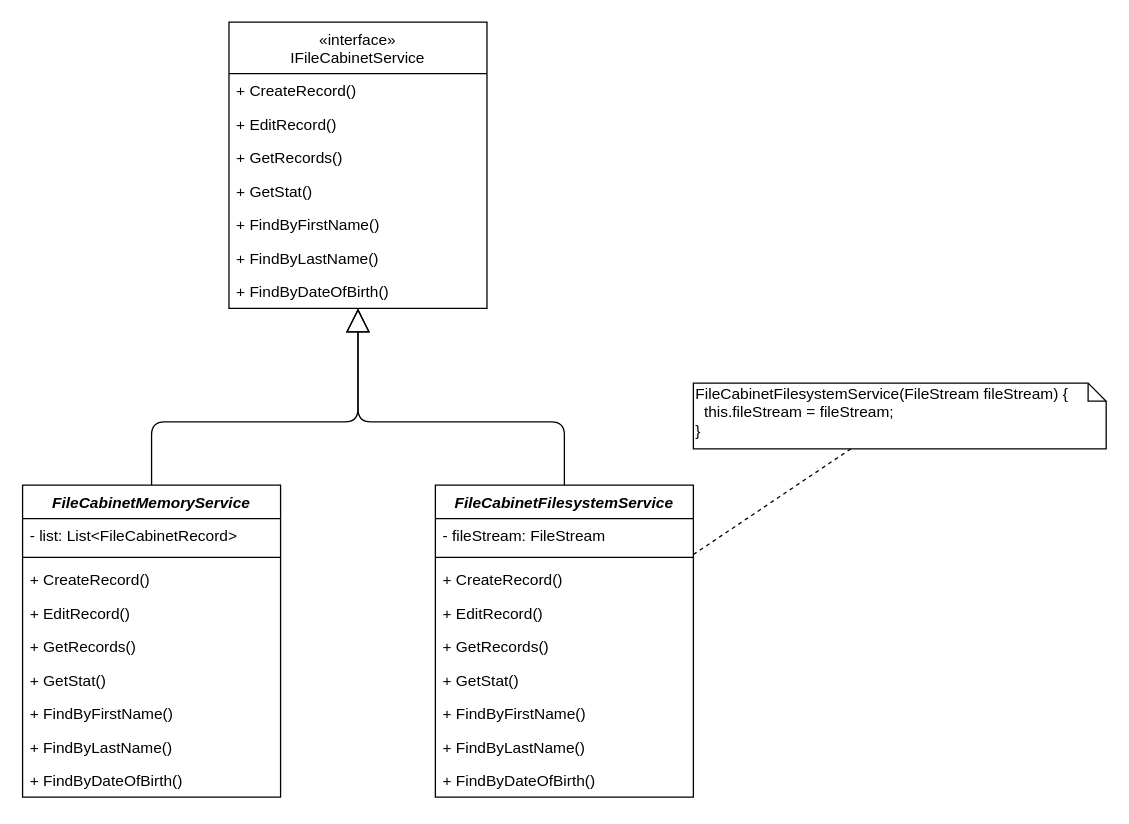
epam-dotnet-lab/file-cabinet-task keeps this draw.io diagram as page "FileSystem" (7 of 20) of drawings.drawio. Above is the earlier version. Source tidied: cells renumbered, new cells numbered last; positions are measured from the earlier drawing's top-left corner, leaving out a move shared by most shapes. Both pictures are drawn from the tidied source at 129%, with x=0, y=0 at pixel (22, 22).
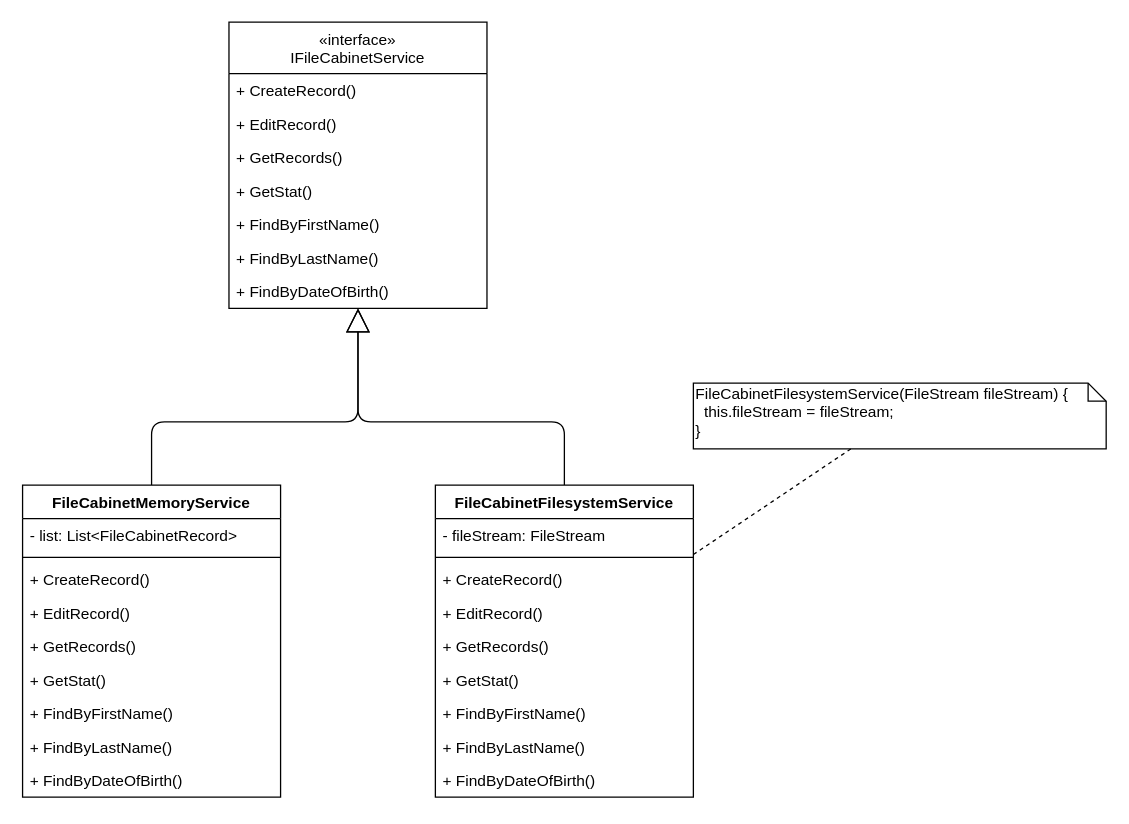
The same diagram, later.

What changed in the source:
```diff
@@
-    <mxCell id="10" value="FileCabinetMemoryService" style="swimlane;fontStyle=3;align=center;verticalAlign=top;horizontal=1;startSize=26;" parent="1" vertex="1">
+    <mxCell id="10" value="FileCabinetMemoryService" style="swimlane;fontStyle=1;align=center;verticalAlign=top;horizontal=1;startSize=26;" parent="1" vertex="1">
       <mxGeometry y="358.5" width="200" height="242" as="geometry" />
     </mxCell>
@@
-    <mxCell id="22" value="FileCabinetFilesystemService" style="swimlane;fontStyle=3;align=center;verticalAlign=top;horizontal=1;startSize=26;" parent="1" vertex="1">
+    <mxCell id="22" value="FileCabinetFilesystemService" style="swimlane;fontStyle=1;align=center;verticalAlign=top;horizontal=1;startSize=26;" parent="1" vertex="1">
       <mxGeometry x="320" y="358.5" width="200" height="242" as="geometry" />
     </mxCell>
```
